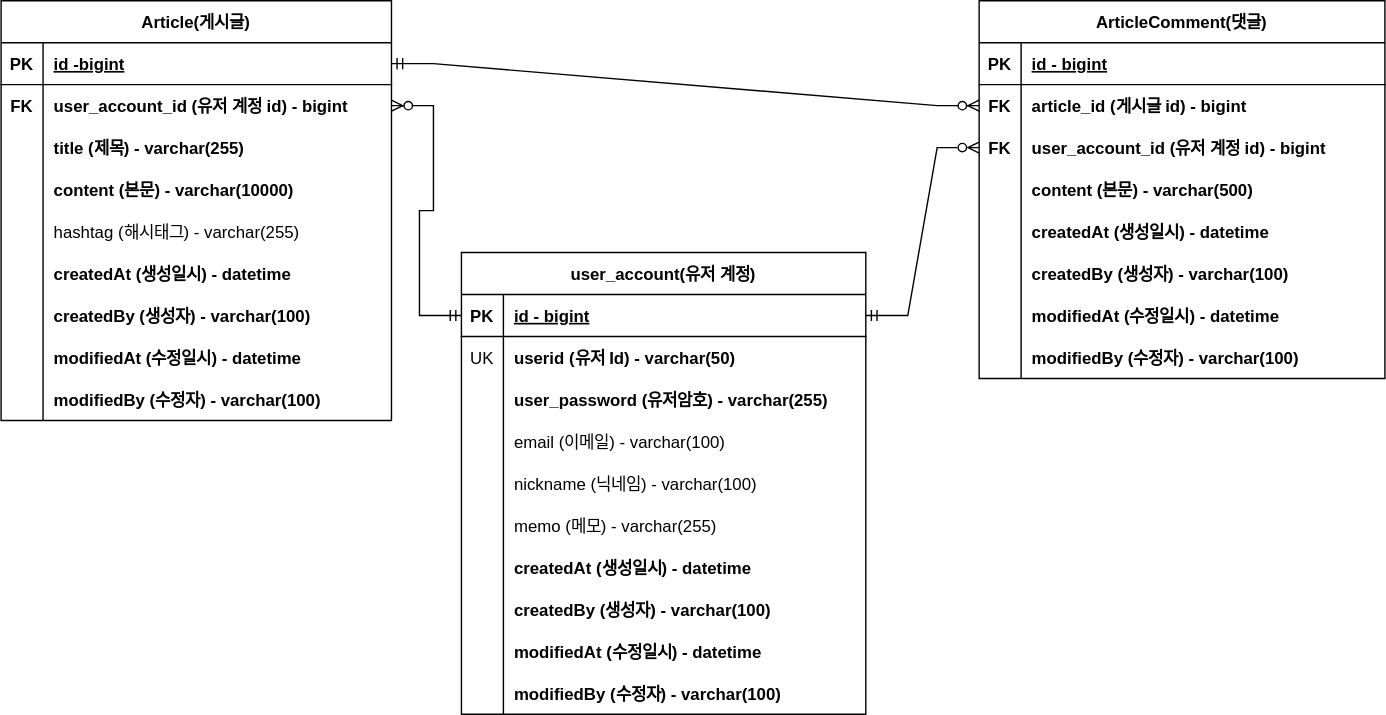
This is document/project-board-erd.svg from bang-star/fastcampus-project-board, a draw.io export, as it was before one commit. Source tidied: cells renumbered, new cells last; positions are measured from the earlier drawing's top-left corner, leaving out a move shared by most shapes.
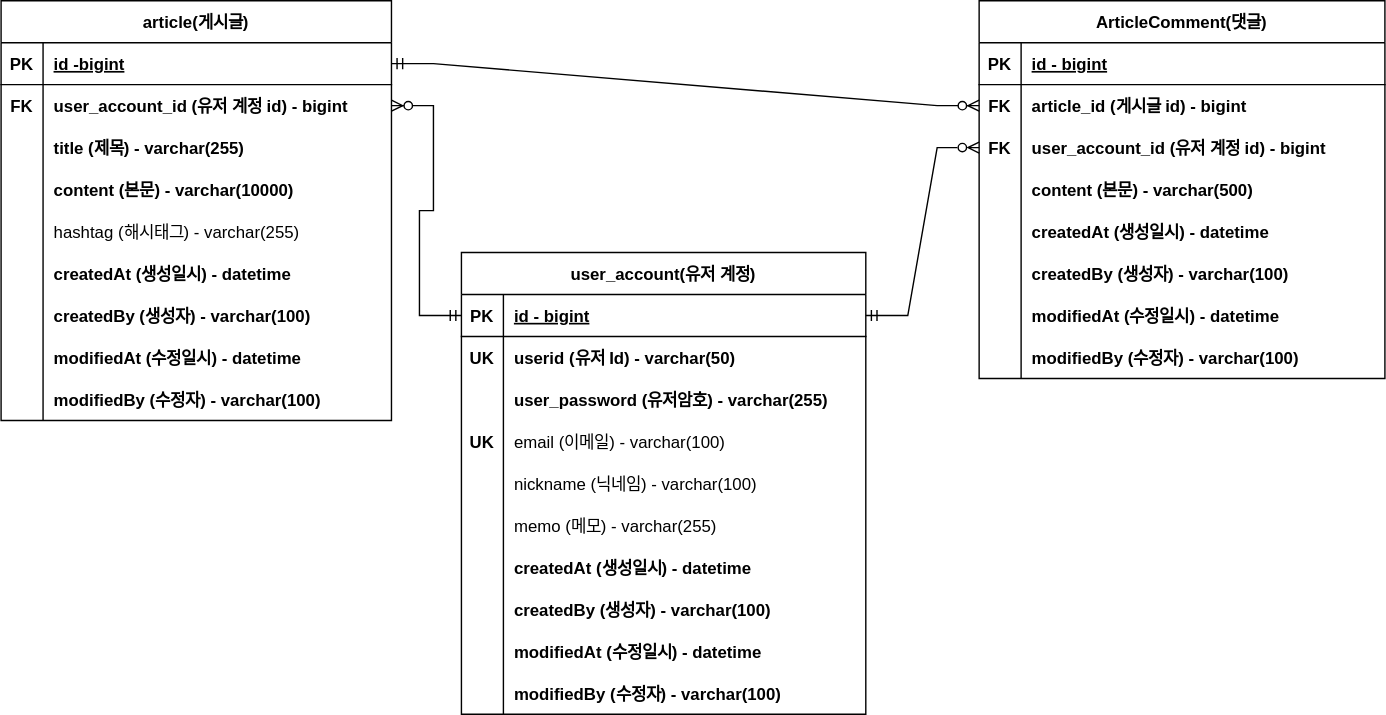
Above is the later version.

Commit message:
#40 - ERD 업데이트 : 회원 계정 도메인의 이메일에 유니크 키 추가

추가적으로 도메인 명 첫글자를 소문자로 변경.

Change to the diagram source:
```diff
@@ -2,7 +2,7 @@
   <root>
     <mxCell id="0" />
     <mxCell id="1" parent="0" />
-    <mxCell id="2" value="Article(게시글)" style="shape=table;startSize=30;rowLines=0;fontStyle=1;align=center;" parent="1" vertex="1">
+    <mxCell id="2" value="article(게시글)" style="shape=table;startSize=30;rowLines=0;fontStyle=1;align=center;" parent="1" vertex="1">
       <mxGeometry width="279" height="300" as="geometry" />
     </mxCell>
     <mxCell id="3" style="shape=partialRectangle;fillColor=none;points=[[0,0.5],[1,0.5]];portConstraint=eastwest;top=0;left=0;right=0;bottom=1;" parent="2" vertex="1">
@@ -179,7 +179,7 @@
     <mxCell id="60" style="shape=partialRectangle;fillColor=none;top=0;left=0;right=0;bottom=0;" parent="56" vertex="1">
       <mxGeometry y="60" width="289" height="30" as="geometry" />
     </mxCell>
-    <mxCell id="61" value="UK" style="shape=partialRectangle;overflow=hidden;fillColor=none;top=0;left=0;bottom=0;right=0;" parent="60" vertex="1">
+    <mxCell id="61" value="UK" style="shape=partialRectangle;overflow=hidden;fillColor=none;top=0;left=0;bottom=0;right=0;fontStyle=1;" parent="60" vertex="1">
       <mxGeometry width="30" height="30" as="geometry" />
     </mxCell>
     <mxCell id="62" value="userid (유저 Id) - varchar(50)" style="shape=partialRectangle;overflow=hidden;fillColor=none;top=0;left=0;bottom=0;right=0;align=left;spacingLeft=6;fontStyle=1;" parent="60" vertex="1">
@@ -263,5 +263,8 @@
     <mxCell id="88" style="edgeStyle=entityRelationEdgeStyle;fontSize=12;html=1;endArrow=ERzeroToMany;startArrow=ERmandOne;rounded=0;exitX=1;exitY=0.5;exitDx=0;exitDy=0;entryX=0;entryY=0.5;entryDx=0;entryDy=0;endFill=0;" parent="1" edge="1" source="57" target="37">
       <mxGeometry relative="1" as="geometry" />
     </mxCell>
+    <mxCell id="89" value="UK" style="shape=partialRectangle;overflow=hidden;fillColor=none;top=0;left=0;bottom=0;right=0;fontStyle=1;" parent="1" vertex="1">
+      <mxGeometry x="329" y="300" width="30" height="30" as="geometry" />
+    </mxCell>
   </root>
 </mxGraphModel>
```
